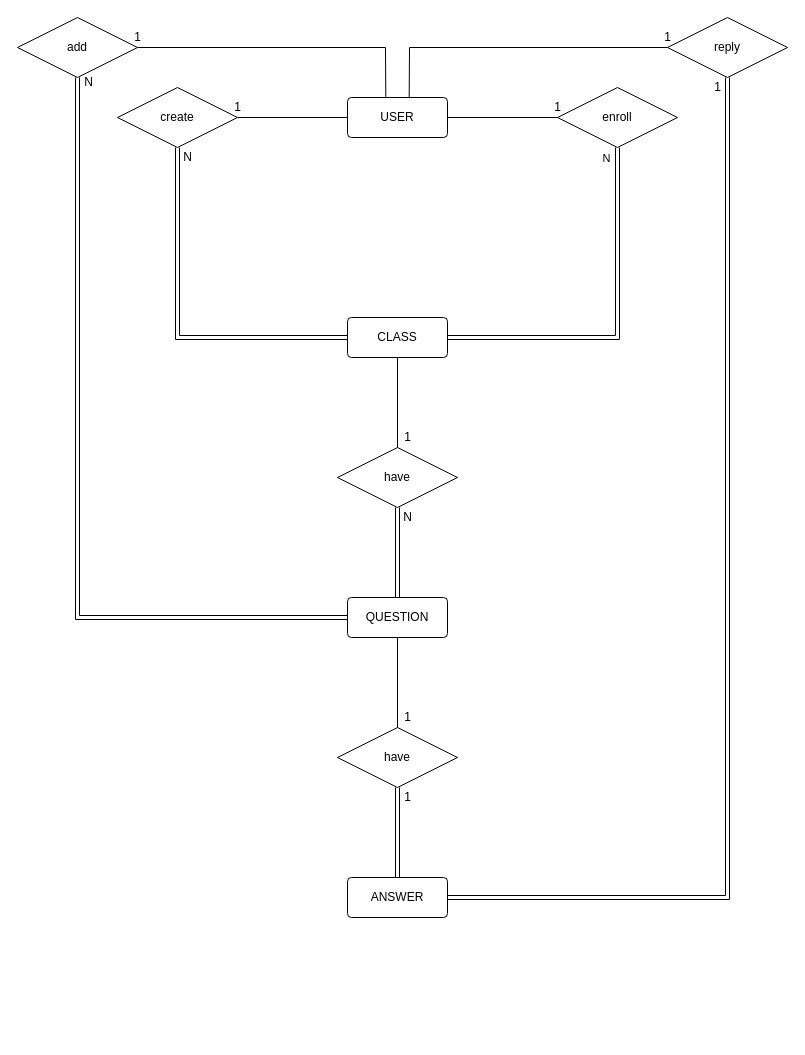
Before: classway_ERD2.drawio in anishrsharma/Temp1, a draw.io diagram. Source tidied: cells renumbered, new cells numbered last; positions are measured from the earlier drawing's top-left corner, leaving out a move shared by most shapes. Both pictures are drawn from the tidied source at 100%, with x=0, y=0 at pixel (17, 17).
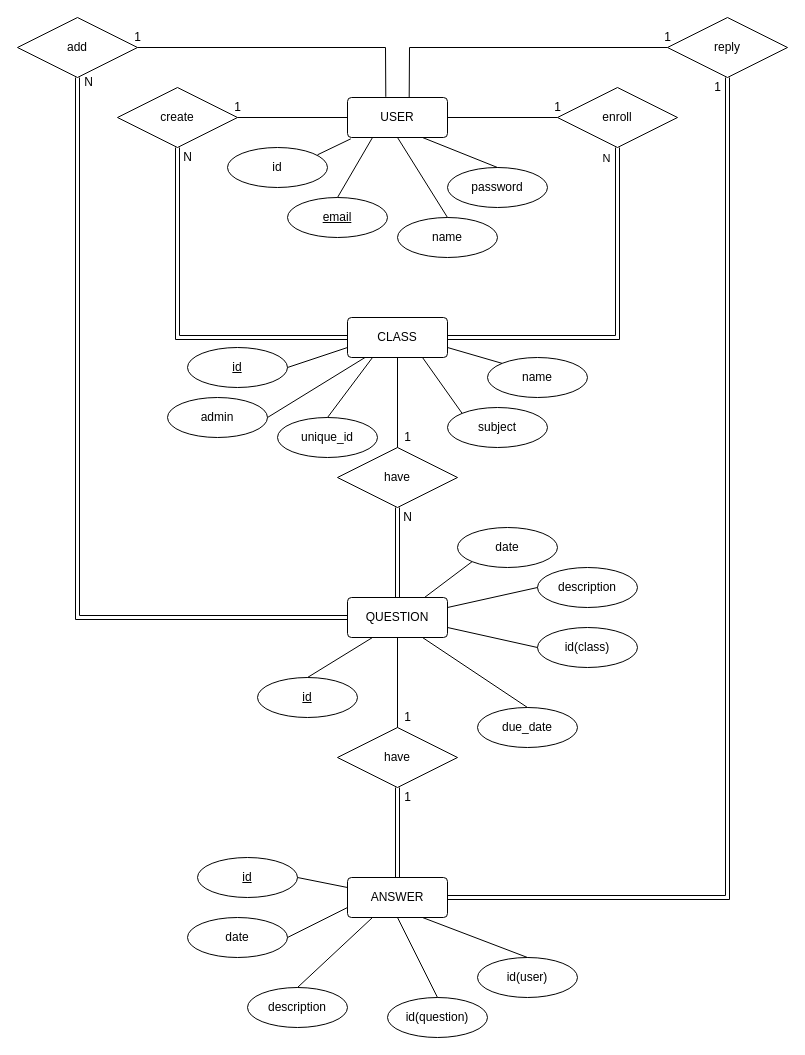
The same diagram, later.

The change refers to these unchanged cells:
```xml
<mxCell id="2" value="USER" style="rounded=1;arcSize=10;whiteSpace=wrap;html=1;align=center;" parent="1" vertex="1">
  <mxGeometry x="330" y="80" width="100" height="40" as="geometry" />
</mxCell>
<mxCell id="3" value="CLASS" style="rounded=1;arcSize=10;whiteSpace=wrap;html=1;align=center;" parent="1" vertex="1">
  <mxGeometry x="330" y="300" width="100" height="40" as="geometry" />
</mxCell>
<mxCell id="4" value="ANSWER" style="rounded=1;arcSize=10;whiteSpace=wrap;html=1;align=center;" parent="1" vertex="1">
  <mxGeometry x="330" y="860" width="100" height="40" as="geometry" />
</mxCell>
<mxCell id="5" value="QUESTION" style="rounded=1;arcSize=10;whiteSpace=wrap;html=1;align=center;" parent="1" vertex="1">
  <mxGeometry x="330" y="580" width="100" height="40" as="geometry" />
</mxCell>
```

What changed in the source:
```diff
@@
+    <mxCell id="36" value="email" style="ellipse;whiteSpace=wrap;html=1;align=center;fontStyle=4;" parent="1" vertex="1">
+      <mxGeometry x="270" y="180" width="100" height="40" as="geometry" />
+    </mxCell>
+    <mxCell id="37" value="id" style="ellipse;whiteSpace=wrap;html=1;align=center;" parent="1" vertex="1">
+      <mxGeometry x="210" y="130" width="100" height="40" as="geometry" />
+    </mxCell>
+    <mxCell id="38" value="name" style="ellipse;whiteSpace=wrap;html=1;align=center;" parent="1" vertex="1">
+      <mxGeometry x="380" y="200" width="100" height="40" as="geometry" />
+    </mxCell>
+    <mxCell id="39" value="password" style="ellipse;whiteSpace=wrap;html=1;align=center;" parent="1" vertex="1">
+      <mxGeometry x="430" y="150" width="100" height="40" as="geometry" />
+    </mxCell>
+    <mxCell id="40" style="endArrow=none;html=1;rounded=0;exitX=0.033;exitY=1.033;exitDx=0;exitDy=0;exitPerimeter=0;entryX=0.9;entryY=0.183;entryDx=0;entryDy=0;entryPerimeter=0;" parent="1" edge="1" source="2" target="37">
+      <mxGeometry relative="1" as="geometry" />
+    </mxCell>
+    <mxCell id="41" style="endArrow=none;html=1;rounded=0;exitX=0.25;exitY=1;exitDx=0;exitDy=0;entryX=0.5;entryY=0;entryDx=0;entryDy=0;" parent="1" edge="1" source="2" target="36">
+      <mxGeometry relative="1" as="geometry" />
+    </mxCell>
+    <mxCell id="42" style="endArrow=none;html=1;rounded=0;exitX=0.5;exitY=1;exitDx=0;exitDy=0;entryX=0.5;entryY=0;entryDx=0;entryDy=0;" parent="1" edge="1" source="2" target="38">
+      <mxGeometry relative="1" as="geometry" />
+    </mxCell>
+    <mxCell id="43" style="endArrow=none;html=1;rounded=0;exitX=0.75;exitY=1;exitDx=0;exitDy=0;entryX=0.5;entryY=0;entryDx=0;entryDy=0;" parent="1" edge="1" source="2" target="39">
+      <mxGeometry relative="1" as="geometry" />
+    </mxCell>
+    <mxCell id="44" value="name" style="ellipse;whiteSpace=wrap;html=1;align=center;" parent="1" vertex="1">
+      <mxGeometry x="470" y="340" width="100" height="40" as="geometry" />
+    </mxCell>
+    <mxCell id="45" value="subject" style="ellipse;whiteSpace=wrap;html=1;align=center;" parent="1" vertex="1">
+      <mxGeometry x="430" y="390" width="100" height="40" as="geometry" />
+    </mxCell>
+    <mxCell id="46" value="id" style="ellipse;whiteSpace=wrap;html=1;align=center;fontStyle=4;" parent="1" vertex="1">
+      <mxGeometry x="170" y="330" width="100" height="40" as="geometry" />
+    </mxCell>
+    <mxCell id="47" value="admin" style="ellipse;whiteSpace=wrap;html=1;align=center;" parent="1" vertex="1">
+      <mxGeometry x="150" y="380" width="100" height="40" as="geometry" />
+    </mxCell>
+    <mxCell id="48" value="unique_id" style="ellipse;whiteSpace=wrap;html=1;align=center;" parent="1" vertex="1">
+      <mxGeometry x="260" y="400" width="100" height="40" as="geometry" />
+    </mxCell>
+    <mxCell id="49" style="endArrow=none;html=1;rounded=0;exitX=1;exitY=0.5;exitDx=0;exitDy=0;entryX=0;entryY=0.75;entryDx=0;entryDy=0;" parent="1" edge="1" source="46" target="3">
+      <mxGeometry relative="1" as="geometry" />
+    </mxCell>
+    <mxCell id="50" style="endArrow=none;html=1;rounded=0;exitX=1;exitY=0.5;exitDx=0;exitDy=0;" parent="1" edge="1" source="47" target="3">
+      <mxGeometry relative="1" as="geometry" />
+    </mxCell>
+    <mxCell id="51" style="endArrow=none;html=1;rounded=0;exitX=0.25;exitY=1;exitDx=0;exitDy=0;entryX=0.5;entryY=0;entryDx=0;entryDy=0;" parent="1" edge="1" source="3" target="48">
+      <mxGeometry relative="1" as="geometry" />
+    </mxCell>
+    <mxCell id="52" style="endArrow=none;html=1;rounded=0;exitX=0.75;exitY=1;exitDx=0;exitDy=0;entryX=0;entryY=0;entryDx=0;entryDy=0;" parent="1" edge="1" source="3" target="45">
+      <mxGeometry relative="1" as="geometry" />
+    </mxCell>
+    <mxCell id="53" style="endArrow=none;html=1;rounded=0;exitX=1;exitY=0.75;exitDx=0;exitDy=0;entryX=0;entryY=0;entryDx=0;entryDy=0;" parent="1" edge="1" source="3" target="44">
+      <mxGeometry relative="1" as="geometry" />
+    </mxCell>
+    <mxCell id="54" value="id" style="ellipse;whiteSpace=wrap;html=1;align=center;fontStyle=4;" parent="1" vertex="1">
+      <mxGeometry x="240" y="660" width="100" height="40" as="geometry" />
+    </mxCell>
+    <mxCell id="55" value="description" style="ellipse;whiteSpace=wrap;html=1;align=center;" parent="1" vertex="1">
+      <mxGeometry x="520" y="550" width="100" height="40" as="geometry" />
+    </mxCell>
+    <mxCell id="56" value="id(class)" style="ellipse;whiteSpace=wrap;html=1;align=center;" parent="1" vertex="1">
+      <mxGeometry x="520" y="610" width="100" height="40" as="geometry" />
+    </mxCell>
+    <mxCell id="57" value="date" style="ellipse;whiteSpace=wrap;html=1;align=center;" parent="1" vertex="1">
+      <mxGeometry x="440" y="510" width="100" height="40" as="geometry" />
+    </mxCell>
+    <mxCell id="58" value="due_date" style="ellipse;whiteSpace=wrap;html=1;align=center;" parent="1" vertex="1">
+      <mxGeometry x="460" y="690" width="100" height="40" as="geometry" />
+    </mxCell>
+    <mxCell id="59" style="endArrow=none;html=1;rounded=0;exitX=0.25;exitY=1;exitDx=0;exitDy=0;entryX=0.5;entryY=0;entryDx=0;entryDy=0;" parent="1" edge="1" source="5" target="54">
+      <mxGeometry relative="1" as="geometry" />
+    </mxCell>
+    <mxCell id="60" style="endArrow=none;html=1;rounded=0;exitX=0.75;exitY=1;exitDx=0;exitDy=0;entryX=0.5;entryY=0;entryDx=0;entryDy=0;" parent="1" edge="1" source="5" target="58">
+      <mxGeometry relative="1" as="geometry" />
+    </mxCell>
+    <mxCell id="61" style="endArrow=none;html=1;rounded=0;exitX=1;exitY=0.75;exitDx=0;exitDy=0;entryX=0;entryY=0.5;entryDx=0;entryDy=0;" parent="1" edge="1" source="5" target="56">
+      <mxGeometry relative="1" as="geometry" />
+    </mxCell>
+    <mxCell id="62" style="endArrow=none;html=1;rounded=0;exitX=1;exitY=0.25;exitDx=0;exitDy=0;entryX=0;entryY=0.5;entryDx=0;entryDy=0;" parent="1" edge="1" source="5" target="55">
+      <mxGeometry relative="1" as="geometry" />
+    </mxCell>
+    <mxCell id="63" style="endArrow=none;html=1;rounded=0;entryX=0;entryY=1;entryDx=0;entryDy=0;" parent="1" edge="1" target="57">
+      <mxGeometry relative="1" as="geometry">
+        <mxPoint x="407" y="580" as="sourcePoint" />
+      </mxGeometry>
+    </mxCell>
+    <mxCell id="64" value="id" style="ellipse;whiteSpace=wrap;html=1;align=center;fontStyle=4;" parent="1" vertex="1">
+      <mxGeometry x="180" y="840" width="100" height="40" as="geometry" />
+    </mxCell>
+    <mxCell id="65" value="date" style="ellipse;whiteSpace=wrap;html=1;align=center;" parent="1" vertex="1">
+      <mxGeometry x="170" y="900" width="100" height="40" as="geometry" />
+    </mxCell>
+    <mxCell id="66" value="id(user)" style="ellipse;whiteSpace=wrap;html=1;align=center;" parent="1" vertex="1">
+      <mxGeometry x="460" y="940" width="100" height="40" as="geometry" />
+    </mxCell>
+    <mxCell id="67" value="description" style="ellipse;whiteSpace=wrap;html=1;align=center;" parent="1" vertex="1">
+      <mxGeometry x="230" y="970" width="100" height="40" as="geometry" />
+    </mxCell>
+    <mxCell id="68" value="id(question)" style="ellipse;whiteSpace=wrap;html=1;align=center;" parent="1" vertex="1">
+      <mxGeometry x="370" y="980" width="100" height="40" as="geometry" />
+    </mxCell>
+    <mxCell id="69" style="endArrow=none;html=1;rounded=0;entryX=0;entryY=0.25;entryDx=0;entryDy=0;exitX=1;exitY=0.5;exitDx=0;exitDy=0;" parent="1" edge="1" source="64" target="4">
+      <mxGeometry relative="1" as="geometry" />
+    </mxCell>
+    <mxCell id="70" style="endArrow=none;html=1;rounded=0;entryX=0;entryY=0.75;entryDx=0;entryDy=0;exitX=1;exitY=0.5;exitDx=0;exitDy=0;" parent="1" edge="1" source="65" target="4">
+      <mxGeometry relative="1" as="geometry" />
+    </mxCell>
+    <mxCell id="71" style="endArrow=none;html=1;rounded=0;exitX=0.25;exitY=1;exitDx=0;exitDy=0;entryX=0.5;entryY=0;entryDx=0;entryDy=0;" parent="1" edge="1" source="4" target="67">
+      <mxGeometry relative="1" as="geometry" />
+    </mxCell>
+    <mxCell id="72" style="endArrow=none;html=1;rounded=0;exitX=0.5;exitY=1;exitDx=0;exitDy=0;entryX=0.5;entryY=0;entryDx=0;entryDy=0;" parent="1" edge="1" source="4" target="68">
+      <mxGeometry relative="1" as="geometry" />
+    </mxCell>
+    <mxCell id="73" style="endArrow=none;html=1;rounded=0;exitX=0.75;exitY=1;exitDx=0;exitDy=0;entryX=0.5;entryY=0;entryDx=0;entryDy=0;" parent="1" edge="1" source="4" target="66">
+      <mxGeometry relative="1" as="geometry" />
+    </mxCell>
```
